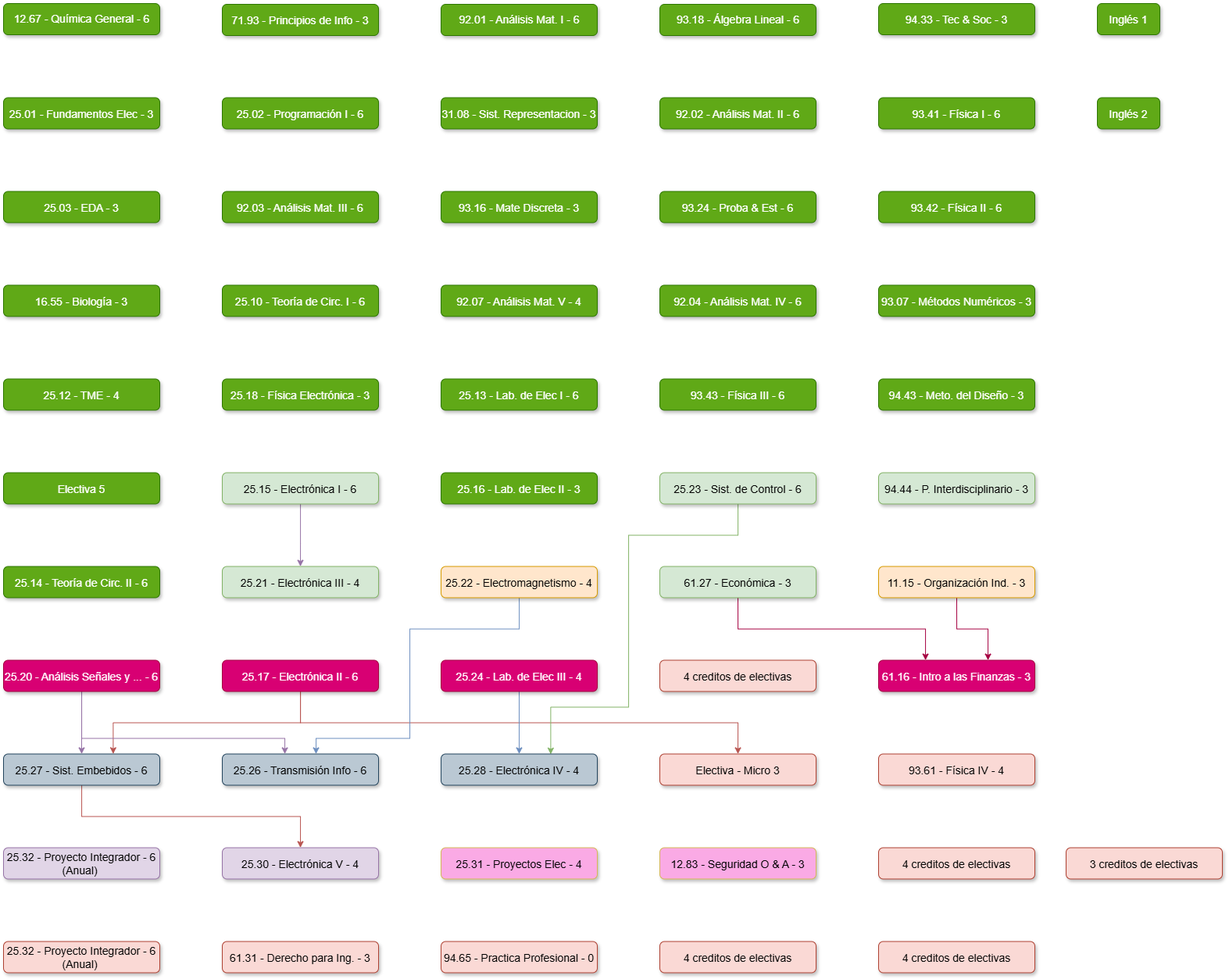
Earlier version of the draw.io export K22.drawio.png (juanipla/K22). Source tidied: cells renumbered, new cells last; positions are measured from the earlier drawing's top-left corner, leaving out a move shared by most shapes.
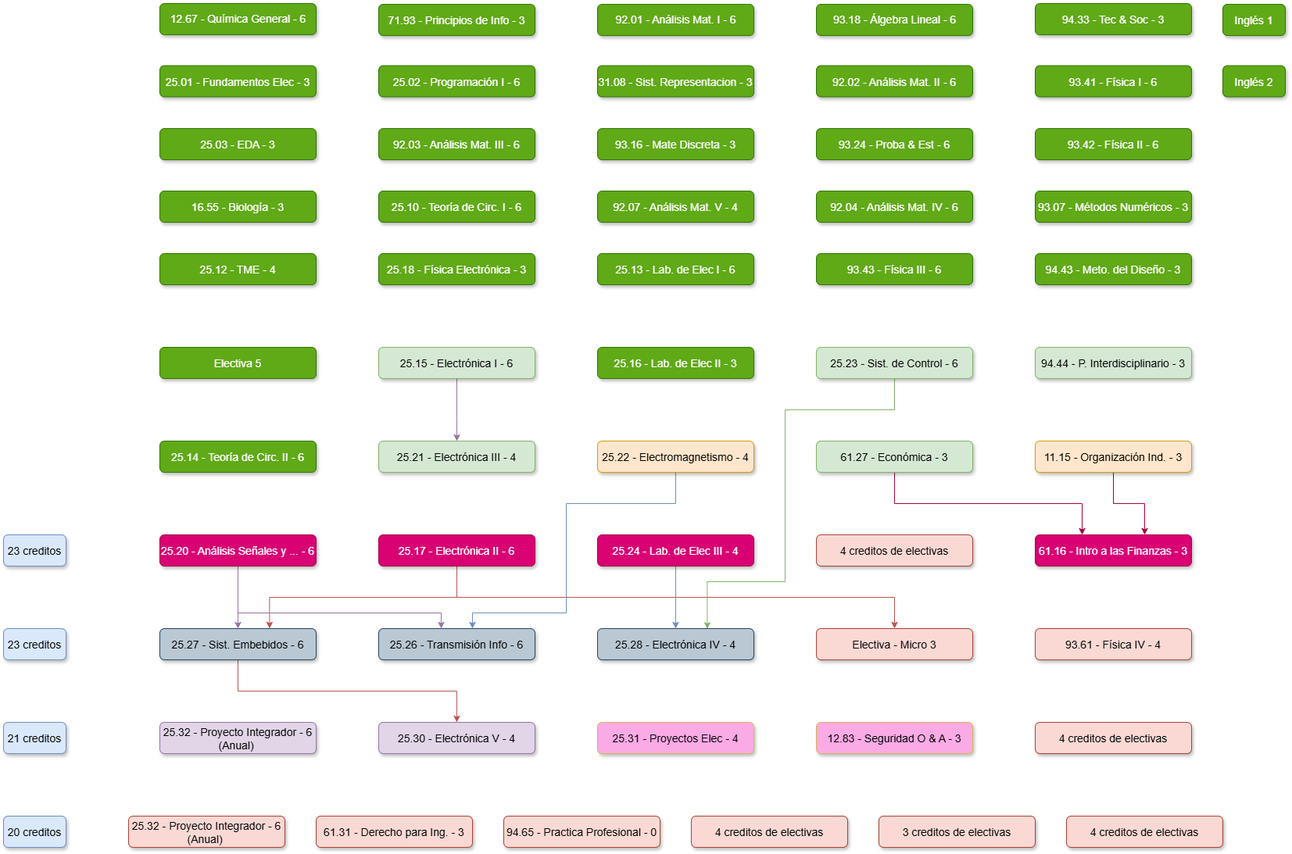
Above is the later version.

What changed in the source:
```diff
@@ -3,22 +3,22 @@
     <mxCell id="0" />
     <mxCell id="1" parent="0" />
     <mxCell id="2" value="25.01 - Fundamentos Elec - 3" style="rounded=1;fillColor=#60a917;strokeColor=#2D7600;shadow=1;fontStyle=0;fontSize=14;labelBorderColor=none;labelBackgroundColor=none;fontColor=#ffffff;" parent="1" vertex="1">
-      <mxGeometry y="120" width="200" height="40" as="geometry" />
+      <mxGeometry y="239.5" width="200" height="40" as="geometry" />
     </mxCell>
     <mxCell id="3" value="25.03 - EDA - 3" style="rounded=1;fillColor=#60a917;strokeColor=#2D7600;shadow=1;fontStyle=0;fontSize=14;labelBorderColor=none;labelBackgroundColor=none;fontColor=#ffffff;" parent="1" vertex="1">
-      <mxGeometry y="240" width="200" height="40" as="geometry" />
+      <mxGeometry y="320" width="200" height="40" as="geometry" />
     </mxCell>
     <mxCell id="4" value="92.03 - Análisis Mat. III - 6" style="rounded=1;fillColor=#60a917;strokeColor=#2D7600;shadow=1;fontStyle=0;fontSize=14;labelBorderColor=none;labelBackgroundColor=none;fontColor=#ffffff;" parent="1" vertex="1">
-      <mxGeometry x="280" y="240" width="200" height="40" as="geometry" />
+      <mxGeometry x="280" y="320" width="200" height="40" as="geometry" />
     </mxCell>
     <mxCell id="5" value="93.16 - Mate Discreta - 3" style="rounded=1;fillColor=#60a917;strokeColor=#2D7600;shadow=1;fontStyle=0;fontSize=14;labelBorderColor=none;labelBackgroundColor=none;verticalAlign=middle;fontColor=#ffffff;" parent="1" vertex="1">
-      <mxGeometry x="560" y="240" width="200" height="40" as="geometry" />
+      <mxGeometry x="560" y="320" width="200" height="40" as="geometry" />
     </mxCell>
     <mxCell id="6" value="93.24 - Proba &amp; Est - 6" style="rounded=1;fillColor=#60a917;strokeColor=#2D7600;shadow=1;fontStyle=0;fontSize=14;labelBorderColor=none;labelBackgroundColor=none;verticalAlign=middle;fontColor=#ffffff;" parent="1" vertex="1">
-      <mxGeometry x="840" y="240" width="200" height="40" as="geometry" />
+      <mxGeometry x="840" y="320" width="200" height="40" as="geometry" />
     </mxCell>
     <mxCell id="7" value="93.42 - Física II - 6" style="rounded=1;fillColor=#60a917;strokeColor=#2D7600;shadow=1;fontStyle=0;fontSize=14;labelBorderColor=none;labelBackgroundColor=none;verticalAlign=middle;fontColor=#ffffff;" parent="1" vertex="1">
-      <mxGeometry x="1120" y="240" width="200" height="40" as="geometry" />
+      <mxGeometry x="1120" y="320" width="200" height="40" as="geometry" />
     </mxCell>
     <mxCell id="8" value="25.12 - TME - 4" style="rounded=1;fillColor=#60a917;strokeColor=#2D7600;shadow=1;fontStyle=0;fontSize=14;labelBorderColor=none;labelBackgroundColor=none;fontColor=#ffffff;" parent="1" vertex="1">
       <mxGeometry y="480" width="200" height="40" as="geometry" />
@@ -30,7 +30,7 @@
       <mxGeometry x="280" y="480" width="200" height="40" as="geometry" />
     </mxCell>
     <mxCell id="11" value="92.07 - Análisis Mat. V - 4" style="rounded=1;fillColor=#60a917;strokeColor=#2D7600;shadow=1;fontStyle=0;fontSize=14;labelBorderColor=none;labelBackgroundColor=none;verticalAlign=middle;fontColor=#ffffff;" parent="1" vertex="1">
-      <mxGeometry x="560" y="360" width="200" height="40" as="geometry" />
+      <mxGeometry x="560" y="400" width="200" height="40" as="geometry" />
     </mxCell>
     <mxCell id="12" value="93.61 - Física IV - 4" style="rounded=1;fillColor=#fad9d5;strokeColor=#ae4132;shadow=1;fontStyle=0;fontSize=14;labelBorderColor=none;labelBackgroundColor=none;verticalAlign=middle;" parent="1" vertex="1">
       <mxGeometry x="1120" y="960" width="200" height="40" as="geometry" />
@@ -78,10 +78,10 @@
       <mxGeometry x="1120" y="600" width="200" height="40" as="geometry" />
     </mxCell>
     <mxCell id="22" value="92.04 - Análisis Mat. IV - 6" style="rounded=1;fillColor=#60a917;strokeColor=#2D7600;shadow=1;fontStyle=0;fontSize=14;labelBorderColor=none;labelBackgroundColor=none;verticalAlign=middle;fontColor=#ffffff;" parent="1" vertex="1">
-      <mxGeometry x="840" y="360" width="200" height="40" as="geometry" />
+      <mxGeometry x="840" y="400" width="200" height="40" as="geometry" />
     </mxCell>
     <mxCell id="23" value="93.07 - Métodos Numéricos - 3" style="rounded=1;fillColor=#60a917;strokeColor=#2D7600;shadow=1;fontStyle=0;fontSize=14;labelBorderColor=none;labelBackgroundColor=none;verticalAlign=middle;fontColor=#ffffff;" parent="1" vertex="1">
-      <mxGeometry x="1120" y="360" width="200" height="40" as="geometry" />
+      <mxGeometry x="1120" y="400" width="200" height="40" as="geometry" />
     </mxCell>
     <mxCell id="24" value="93.43 - Física III - 6" style="rounded=1;fillColor=#60a917;strokeColor=#2D7600;shadow=1;fontStyle=0;fontSize=14;labelBorderColor=none;labelBackgroundColor=none;verticalAlign=middle;fontColor=#ffffff;" parent="1" vertex="1">
       <mxGeometry x="840" y="480" width="200" height="40" as="geometry" />
@@ -197,49 +197,49 @@
       <mxGeometry x="1120" y="840" width="200" height="40" as="geometry" />
     </mxCell>
     <mxCell id="48" value="61.31 - Derecho para Ing. - 3" style="rounded=1;fillColor=#fad9d5;strokeColor=#ae4132;shadow=1;fontStyle=0;fontSize=14;labelBorderColor=none;labelBackgroundColor=none;" parent="1" vertex="1">
-      <mxGeometry x="280" y="1200" width="200" height="40" as="geometry" />
+      <mxGeometry x="200" y="1200" width="200" height="40" as="geometry" />
     </mxCell>
     <mxCell id="49" value="25.32 - Proyecto Integrador - 6&#10;(Anual) " style="rounded=1;fillColor=#fad9d5;strokeColor=#ae4132;shadow=1;fontStyle=0;fontSize=14;labelBorderColor=none;labelBackgroundColor=none;" parent="1" vertex="1">
-      <mxGeometry y="1200" width="200" height="40" as="geometry" />
+      <mxGeometry x="-40" y="1200" width="200" height="40" as="geometry" />
     </mxCell>
     <mxCell id="50" value="92.02 - Análisis Mat. II - 6" style="rounded=1;fillColor=#60a917;strokeColor=#2D7600;shadow=1;fontStyle=0;fontSize=14;labelBorderColor=none;labelBackgroundColor=none;verticalAlign=middle;fontColor=#ffffff;" parent="1" vertex="1">
-      <mxGeometry x="840" y="120" width="200" height="40" as="geometry" />
+      <mxGeometry x="840" y="239.5" width="200" height="40" as="geometry" />
     </mxCell>
     <mxCell id="51" value="31.08 - Sist. Representacion - 3" style="rounded=1;fillColor=#60a917;strokeColor=#2D7600;shadow=1;fontStyle=0;fontSize=14;labelBorderColor=none;labelBackgroundColor=none;verticalAlign=middle;fontColor=#ffffff;" parent="1" vertex="1">
-      <mxGeometry x="560" y="120" width="200" height="40" as="geometry" />
+      <mxGeometry x="560" y="239.5" width="200" height="40" as="geometry" />
     </mxCell>
     <mxCell id="52" value="25.02 - Programación I - 6" style="rounded=1;fillColor=#60a917;strokeColor=#2D7600;shadow=1;fontStyle=0;fontSize=14;labelBorderColor=none;labelBackgroundColor=none;fontColor=#ffffff;" parent="1" vertex="1">
-      <mxGeometry x="280" y="120" width="200" height="40" as="geometry" />
+      <mxGeometry x="280" y="239.5" width="200" height="40" as="geometry" />
     </mxCell>
     <mxCell id="53" value="16.55 - Biología - 3" style="rounded=1;fillColor=#60a917;strokeColor=#2D7600;shadow=1;fontStyle=0;fontSize=14;labelBorderColor=none;labelBackgroundColor=none;fontColor=#ffffff;" parent="1" vertex="1">
-      <mxGeometry y="360" width="200" height="40" as="geometry" />
+      <mxGeometry y="400" width="200" height="40" as="geometry" />
     </mxCell>
     <mxCell id="54" value="25.10 - Teoría de Circ. I - 6" style="rounded=1;fillColor=#60a917;strokeColor=#2D7600;shadow=1;fontStyle=0;fontSize=14;labelBorderColor=none;labelBackgroundColor=none;fontColor=#ffffff;" parent="1" vertex="1">
-      <mxGeometry x="280" y="360" width="200" height="40" as="geometry" />
+      <mxGeometry x="280" y="400" width="200" height="40" as="geometry" />
     </mxCell>
     <mxCell id="55" value="94.65 - Practica Profesional - 0" style="rounded=1;fillColor=#fad9d5;strokeColor=#ae4132;shadow=1;fontStyle=0;fontSize=14;labelBorderColor=none;labelBackgroundColor=none;verticalAlign=middle;" parent="1" vertex="1">
-      <mxGeometry x="560" y="1200" width="200" height="40" as="geometry" />
+      <mxGeometry x="440" y="1200" width="200" height="40" as="geometry" />
     </mxCell>
     <mxCell id="56" value="Inglés 2" style="rounded=1;fillColor=#60a917;strokeColor=#2D7600;shadow=1;fontStyle=0;fontSize=14;labelBorderColor=none;labelBackgroundColor=none;verticalAlign=middle;fontColor=#ffffff;" parent="1" vertex="1">
-      <mxGeometry x="1400" y="120" width="80" height="40" as="geometry" />
+      <mxGeometry x="1360" y="239.5" width="80" height="40" as="geometry" />
     </mxCell>
     <mxCell id="57" value="&lt;font style=&quot;font-size: 14px&quot;&gt;12.67 - Química General - 6&lt;/font&gt;" style="rounded=1;fillColor=#60a917;strokeColor=#2D7600;shadow=1;fontStyle=0;fontSize=14;labelBorderColor=none;labelBackgroundColor=none;html=1;fontColor=#ffffff;" parent="1" vertex="1">
-      <mxGeometry y="-0.5" width="200" height="40" as="geometry" />
+      <mxGeometry y="160" width="200" height="40" as="geometry" />
     </mxCell>
     <mxCell id="58" value="71.93 - Principios de Info - 3" style="rounded=1;fillColor=#60a917;strokeColor=#2D7600;shadow=1;fontStyle=0;fontSize=14;labelBorderColor=none;labelBackgroundColor=none;fontColor=#ffffff;" parent="1" vertex="1">
-      <mxGeometry x="280" y="0.5" width="200" height="40" as="geometry" />
+      <mxGeometry x="280" y="161" width="200" height="40" as="geometry" />
     </mxCell>
     <mxCell id="59" value="93.41 - Física I - 6" style="rounded=1;fillColor=#60a917;strokeColor=#2D7600;shadow=1;fontStyle=0;fontSize=14;labelBorderColor=none;labelBackgroundColor=none;verticalAlign=middle;fontColor=#ffffff;" parent="1" vertex="1">
-      <mxGeometry x="1120" y="120" width="200" height="40" as="geometry" />
+      <mxGeometry x="1120" y="239.5" width="200" height="40" as="geometry" />
     </mxCell>
     <mxCell id="60" value="94.33 - Tec &amp; Soc - 3" style="rounded=1;fillColor=#60a917;strokeColor=#2D7600;shadow=1;fontStyle=0;fontSize=14;labelBorderColor=none;labelBackgroundColor=none;verticalAlign=middle;fontColor=#ffffff;" parent="1" vertex="1">
-      <mxGeometry x="1120" y="-0.5" width="200" height="40" as="geometry" />
+      <mxGeometry x="1120" y="160" width="200" height="40" as="geometry" />
     </mxCell>
     <mxCell id="61" value="93.18 - Álgebra Lineal - 6" style="rounded=1;fillColor=#60a917;strokeColor=#2D7600;shadow=1;fontStyle=0;fontSize=14;labelBorderColor=none;labelBackgroundColor=none;verticalAlign=middle;html=1;fontColor=#ffffff;" parent="1" vertex="1">
-      <mxGeometry x="840" y="0.5" width="200" height="40" as="geometry" />
+      <mxGeometry x="840" y="161" width="200" height="40" as="geometry" />
     </mxCell>
     <mxCell id="62" value="92.01 - Análisis Mat. I - 6" style="rounded=1;fillColor=#60a917;strokeColor=#2D7600;shadow=1;fontStyle=0;fontSize=14;labelBorderColor=none;labelBackgroundColor=none;html=1;verticalAlign=middle;fontColor=#ffffff;" parent="1" vertex="1">
-      <mxGeometry x="560" y="0.5" width="200" height="40" as="geometry" />
+      <mxGeometry x="560" y="161" width="200" height="40" as="geometry" />
     </mxCell>
     <mxCell id="63" value="Electiva 5" style="rounded=1;fillColor=#60a917;strokeColor=#2D7600;shadow=1;fontStyle=0;fontSize=14;labelBorderColor=none;labelBackgroundColor=none;verticalAlign=middle;fontColor=#ffffff;" parent="1" vertex="1">
       <mxGeometry y="600" width="200" height="40" as="geometry" />
@@ -251,19 +251,31 @@
       <mxGeometry x="1120" y="1080" width="200" height="40" as="geometry" />
     </mxCell>
     <mxCell id="66" value="3 creditos de electivas" style="rounded=1;fillColor=#fad9d5;strokeColor=#ae4132;shadow=1;fontStyle=0;fontSize=14;labelBorderColor=none;labelBackgroundColor=none;verticalAlign=middle;" parent="1" vertex="1">
-      <mxGeometry x="1360" y="1080" width="200" height="40" as="geometry" />
+      <mxGeometry x="920" y="1200" width="200" height="40" as="geometry" />
     </mxCell>
     <mxCell id="67" value="Inglés 1" style="rounded=1;fillColor=#60a917;strokeColor=#2D7600;shadow=1;fontStyle=0;fontSize=14;labelBorderColor=none;labelBackgroundColor=none;verticalAlign=middle;fontColor=#ffffff;" parent="1" vertex="1">
-      <mxGeometry x="1400" y="-0.5" width="80" height="40" as="geometry" />
+      <mxGeometry x="1360" y="161" width="80" height="40" as="geometry" />
     </mxCell>
     <mxCell id="68" value="4 creditos de electivas" style="rounded=1;fillColor=#fad9d5;strokeColor=#ae4132;shadow=1;fontStyle=0;fontSize=14;labelBorderColor=none;labelBackgroundColor=none;verticalAlign=middle;" parent="1" vertex="1">
-      <mxGeometry x="840" y="1200" width="200" height="40" as="geometry" />
+      <mxGeometry x="680" y="1200" width="200" height="40" as="geometry" />
     </mxCell>
     <mxCell id="69" value="4 creditos de electivas" style="rounded=1;fillColor=#fad9d5;strokeColor=#ae4132;shadow=1;fontStyle=0;fontSize=14;labelBorderColor=none;labelBackgroundColor=none;verticalAlign=middle;" parent="1" vertex="1">
       <mxGeometry x="840" y="840" width="200" height="40" as="geometry" />
     </mxCell>
     <mxCell id="70" value="4 creditos de electivas" style="rounded=1;fillColor=#fad9d5;strokeColor=#ae4132;shadow=1;fontStyle=0;fontSize=14;labelBorderColor=none;labelBackgroundColor=none;verticalAlign=middle;" parent="1" vertex="1">
-      <mxGeometry x="1120" y="1200" width="200" height="40" as="geometry" />
+      <mxGeometry x="1160" y="1200" width="200" height="40" as="geometry" />
     </mxCell>
+    <mxCell id="71" value="23 creditos" style="rounded=1;fillColor=#dae8fc;strokeColor=#6c8ebf;shadow=1;fontStyle=0;fontSize=14;labelBorderColor=none;labelBackgroundColor=none;verticalAlign=middle;" parent="1" vertex="1">
+      <mxGeometry x="-200" y="840" width="80" height="40" as="geometry" />
+    </mxCell>
+    <mxCell id="72" value="23 creditos" style="rounded=1;fillColor=#dae8fc;strokeColor=#6c8ebf;shadow=1;fontStyle=0;fontSize=14;labelBorderColor=none;labelBackgroundColor=none;verticalAlign=middle;" parent="1" vertex="1">
+      <mxGeometry x="-200" y="960" width="80" height="40" as="geometry" />
+    </mxCell>
+    <mxCell id="73" value="21 creditos" style="rounded=1;fillColor=#dae8fc;strokeColor=#6c8ebf;shadow=1;fontStyle=0;fontSize=14;labelBorderColor=none;labelBackgroundColor=none;verticalAlign=middle;" parent="1" vertex="1">
+      <mxGeometry x="-200" y="1080" width="80" height="40" as="geometry" />
+    </mxCell>
+    <mxCell id="74" value="20 creditos" style="rounded=1;fillColor=#dae8fc;strokeColor=#6c8ebf;shadow=1;fontStyle=0;fontSize=14;labelBorderColor=none;labelBackgroundColor=none;verticalAlign=middle;" parent="1" vertex="1">
+      <mxGeometry x="-200" y="1200" width="80" height="40" as="geometry" />
+    </mxCell>
   </root>
 </mxGraphModel>
```
